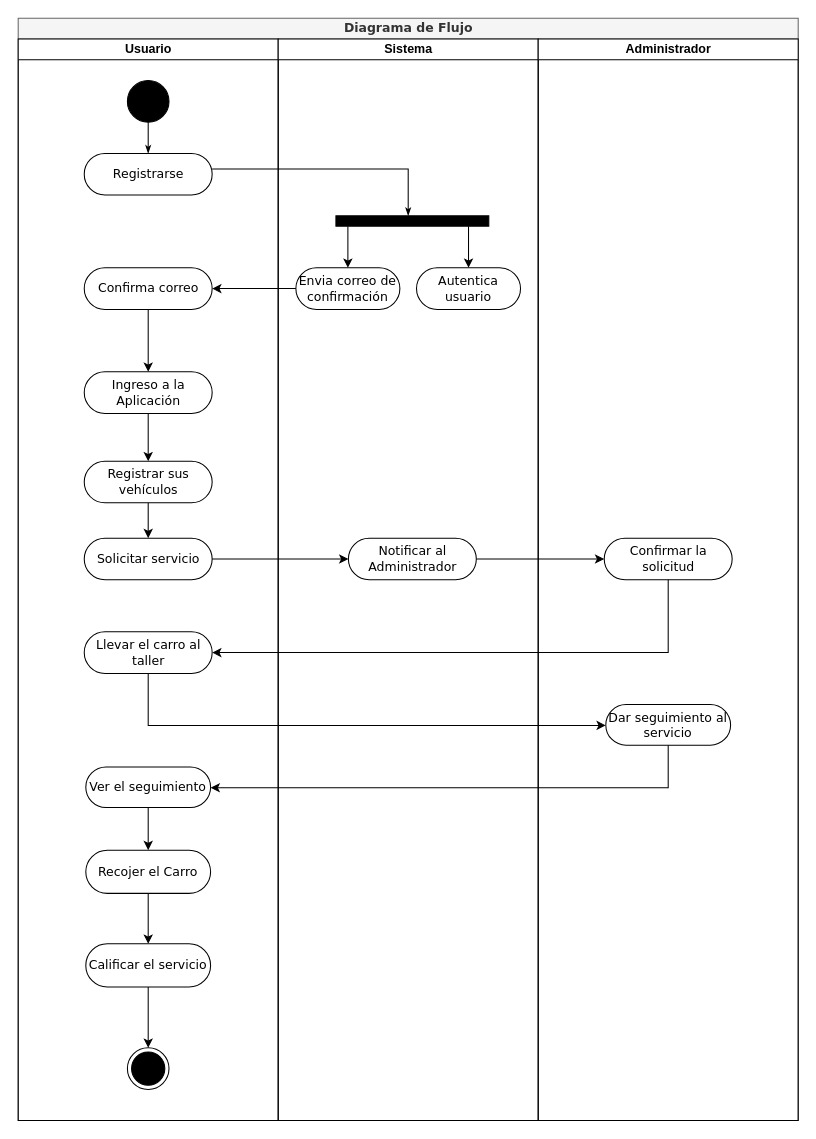
cgmerida/Diagramas-Autolite keeps this draw.io diagram as page "Diagrma de actividades" (2 of 5) of Diagramas Autolite.drawio. Above is the earlier version. Source tidied: cells renumbered, new cells numbered last; positions are measured from the earlier drawing's top-left corner, leaving out a move shared by most shapes. Both pictures are drawn from the tidied source at 104%, with x=0, y=0 at pixel (18, 18).
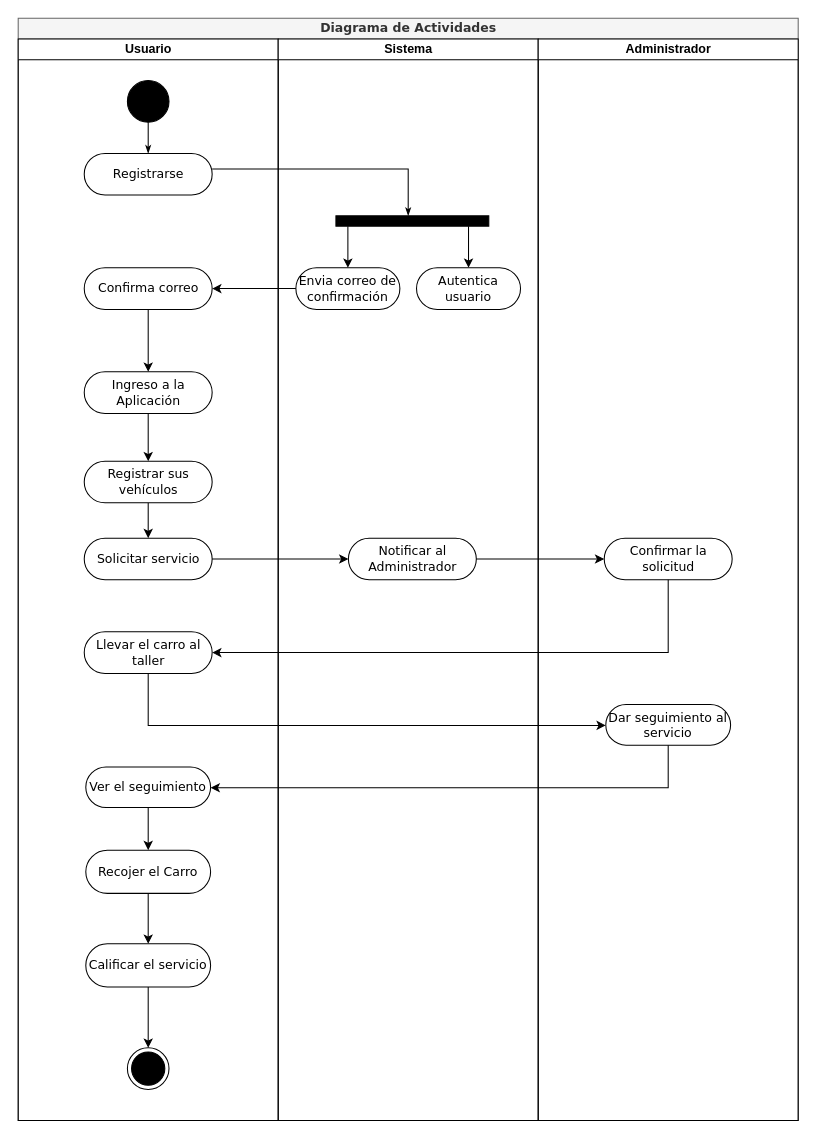
Above is the later version.

Commit message (it also covers changes not shown here):
Terminando diagrama de secuencias

What changed in the source:
```diff
@@
-    <mxCell id="2" value="Diagrama de Flujo" style="swimlane;html=1;startSize=20;rounded=0;shadow=0;comic=0;labelBackgroundColor=none;strokeWidth=1;fontFamily=Verdana;fontSize=12;align=center;fillColor=#f5f5f5;strokeColor=#666666;fontColor=#333333;" parent="1" vertex="1">
+    <mxCell id="2" value="Diagrama de Actividades" style="swimlane;html=1;startSize=20;rounded=0;shadow=0;comic=0;labelBackgroundColor=none;strokeWidth=1;fontFamily=Verdana;fontSize=12;align=center;fillColor=#f5f5f5;strokeColor=#666666;fontColor=#333333;" parent="1" vertex="1">
       <mxGeometry width="750" height="1060" as="geometry" />
     </mxCell>
```
